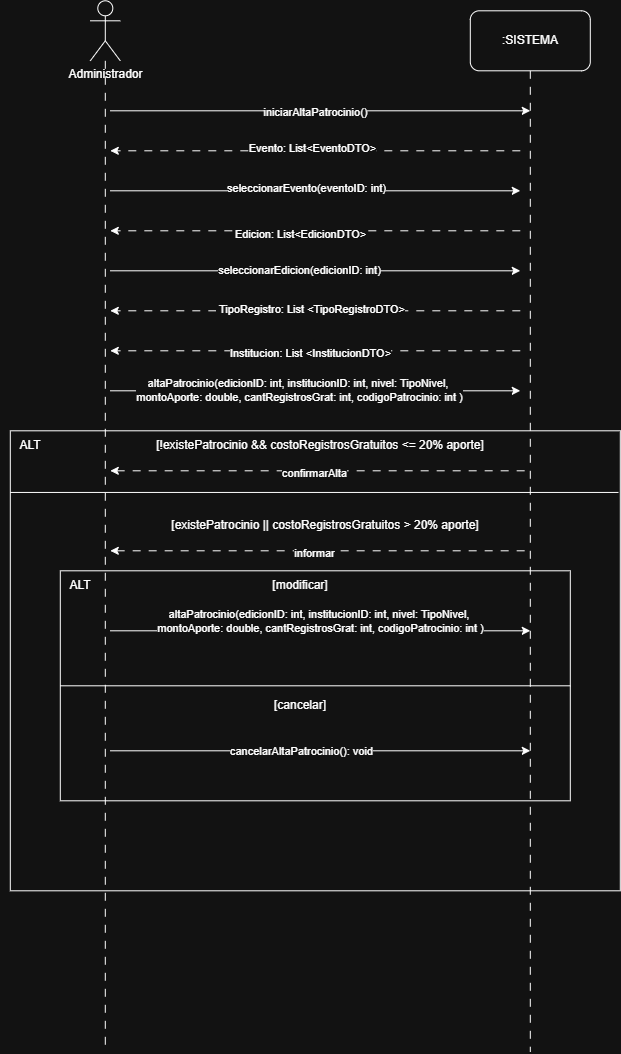
The draw.io diagram docs/dss/Diseño LAB1-Alta de Patrocinio.drawio.png in Joaquin571/eventos-uy, before a commit. Source tidied: cells renumbered, new cells last; positions are measured from the earlier drawing's top-left corner, leaving out a move shared by most shapes.
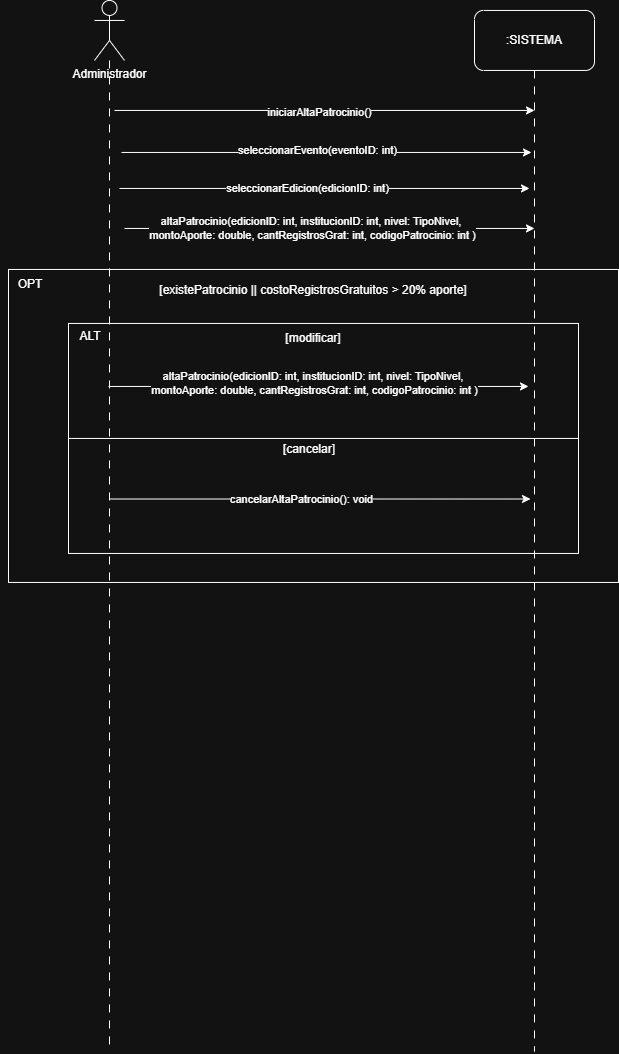
The same diagram one commit later.

Commit message:
Modificación de DSS, se quitan retornos del sistema

What changed in the source:
```diff
@@ -17,28 +17,10 @@
     <mxCell id="5" value="iniciarAltaPatrocinio()" style="edgeLabel;html=1;align=center;verticalAlign=middle;" parent="4" vertex="1">
       <mxGeometry x="-0.02" y="-1" relative="1" as="geometry" />
     </mxCell>
-    <mxCell id="6" style="endArrow=classic;html=1;rounded=0;dashed=1;dashPattern=8 8;" parent="1" edge="1">
-      <mxGeometry relative="1" as="geometry">
-        <mxPoint x="520" y="150" as="sourcePoint" />
-        <mxPoint x="110" y="150" as="targetPoint" />
-      </mxGeometry>
-    </mxCell>
-    <mxCell id="7" value="Evento: List&amp;lt;EventoDTO&amp;gt;" style="edgeLabel;html=1;align=center;verticalAlign=middle;" parent="6" vertex="1">
-      <mxGeometry x="0.01" y="-3" relative="1" as="geometry" />
-    </mxCell>
-    <mxCell id="8" style="endArrow=classic;html=1;rounded=0;dashed=1;dashPattern=8 8;" parent="1" edge="1">
-      <mxGeometry relative="1" as="geometry">
-        <mxPoint x="520" y="230" as="sourcePoint" />
-        <mxPoint x="110" y="230" as="targetPoint" />
-      </mxGeometry>
-    </mxCell>
-    <mxCell id="9" value="Edicion: List&amp;lt;EdicionDTO&amp;gt;" style="edgeLabel;html=1;align=center;verticalAlign=middle;" parent="8" vertex="1">
-      <mxGeometry x="0.07" y="3" relative="1" as="geometry" />
-    </mxCell>
     <mxCell id="10" style="endArrow=classic;html=1;rounded=0;" parent="1" edge="1">
       <mxGeometry relative="1" as="geometry">
-        <mxPoint x="110" y="190" as="sourcePoint" />
-        <mxPoint x="520" y="190" as="targetPoint" />
+        <mxPoint x="117" y="152" as="sourcePoint" />
+        <mxPoint x="527" y="152" as="targetPoint" />
       </mxGeometry>
     </mxCell>
     <mxCell id="11" value="seleccionarEvento(eventoID: int)" style="edgeLabel;html=1;align=center;verticalAlign=middle;" parent="10" vertex="1">
@@ -46,101 +28,53 @@
     </mxCell>
     <mxCell id="12" style="endArrow=classic;html=1;rounded=0;" parent="1" edge="1">
       <mxGeometry relative="1" as="geometry">
-        <mxPoint x="110" y="270" as="sourcePoint" />
-        <mxPoint x="520" y="270" as="targetPoint" />
+        <mxPoint x="115" y="188" as="sourcePoint" />
+        <mxPoint x="525" y="188" as="targetPoint" />
       </mxGeometry>
     </mxCell>
     <mxCell id="13" value="seleccionarEdicion(edicionID: int)" style="edgeLabel;html=1;align=center;verticalAlign=middle;" parent="12" vertex="1">
       <mxGeometry x="-0.08" y="1" relative="1" as="geometry" />
     </mxCell>
-    <mxCell id="14" style="endArrow=classic;html=1;rounded=0;dashed=1;dashPattern=8 8;" parent="1" edge="1">
-      <mxGeometry relative="1" as="geometry">
-        <mxPoint x="520" y="310" as="sourcePoint" />
-        <mxPoint x="110" y="310" as="targetPoint" />
-      </mxGeometry>
-    </mxCell>
-    <mxCell id="15" value="&amp;nbsp;TipoRegistro: List &amp;lt;TipoRegistroDTO&amp;gt;" style="edgeLabel;html=1;align=center;verticalAlign=middle;" parent="14" vertex="1">
-      <mxGeometry x="0.14" y="-2" relative="1" as="geometry">
-        <mxPoint x="23" as="offset" />
-      </mxGeometry>
-    </mxCell>
-    <mxCell id="16" style="endArrow=classic;html=1;rounded=0;dashed=1;dashPattern=8 8;" parent="1" edge="1">
-      <mxGeometry relative="1" as="geometry">
-        <mxPoint x="520" y="350" as="sourcePoint" />
-        <mxPoint x="110" y="350" as="targetPoint" />
-      </mxGeometry>
-    </mxCell>
-    <mxCell id="17" value="Institucion: List &amp;lt;InstitucionDTO&amp;gt;" style="edgeLabel;html=1;align=center;verticalAlign=middle;" parent="16" vertex="1">
-      <mxGeometry x="0.15" y="2" relative="1" as="geometry">
-        <mxPoint x="26" as="offset" />
-      </mxGeometry>
-    </mxCell>
     <mxCell id="18" style="endArrow=classic;html=1;rounded=0;" parent="1" edge="1">
       <mxGeometry relative="1" as="geometry">
-        <mxPoint x="110" y="390" as="sourcePoint" />
-        <mxPoint x="520" y="390" as="targetPoint" />
+        <mxPoint x="120" y="228" as="sourcePoint" />
+        <mxPoint x="530" y="228" as="targetPoint" />
       </mxGeometry>
     </mxCell>
     <mxCell id="19" value="altaPatrocinio(edicionID: int, institucionID: int, nivel: TipoNivel,&amp;nbsp;&lt;div&gt;montoAporte: double,&amp;nbsp;&lt;span style=&quot;background-color: light-dark(#ffffff, var(--ge-dark-color, #121212)); color: light-dark(rgb(0, 0, 0), rgb(255, 255, 255));&quot;&gt;cantRegistrosGrat: int, codigoPatrocinio: int )&lt;/span&gt;&lt;/div&gt;" style="edgeLabel;html=1;align=center;verticalAlign=middle;" parent="18" vertex="1">
       <mxGeometry x="-0.08" y="1" relative="1" as="geometry" />
     </mxCell>
     <mxCell id="20" style="rounded=0;whiteSpace=wrap;html=1;" parent="1" vertex="1">
-      <mxGeometry x="10" y="430" width="610" height="460" as="geometry" />
+      <mxGeometry x="4" y="269" width="610" height="313" as="geometry" />
     </mxCell>
-    <mxCell id="21" value="ALT" style="text;html=1;whiteSpace=wrap;strokeColor=none;fillColor=none;align=center;verticalAlign=middle;rounded=0;" parent="1" vertex="1">
-      <mxGeometry y="430" width="60" height="30" as="geometry" />
+    <mxCell id="21" value="OPT" style="text;html=1;whiteSpace=wrap;strokeColor=none;fillColor=none;align=center;verticalAlign=middle;rounded=0;" parent="1" vertex="1">
+      <mxGeometry x="-4" y="269" width="60" height="30" as="geometry" />
     </mxCell>
-    <mxCell id="22" value="[!existePatrocinio &amp;amp;&amp;amp; costoRegistrosGratuitos &amp;lt;= 20% aporte]" style="text;html=1;whiteSpace=wrap;strokeColor=none;fillColor=none;align=center;verticalAlign=middle;rounded=0;" parent="1" vertex="1">
-      <mxGeometry x="145" y="430" width="350" height="30" as="geometry" />
-    </mxCell>
     <mxCell id="23" value="[existePatrocinio || costoRegistrosGratuitos &amp;gt; 20% aporte]" style="text;html=1;whiteSpace=wrap;strokeColor=none;fillColor=none;align=center;verticalAlign=middle;rounded=0;" parent="1" vertex="1">
-      <mxGeometry x="150" y="510" width="350" height="30" as="geometry" />
+      <mxGeometry x="134" y="275" width="350" height="30" as="geometry" />
     </mxCell>
-    <mxCell id="24" style="endArrow=none;html=1;rounded=0;startArrow=classic;startFill=1;endFill=0;dashed=1;dashPattern=8 8;" parent="1" edge="1">
-      <mxGeometry relative="1" as="geometry">
-        <mxPoint x="110" y="470" as="sourcePoint" />
-        <mxPoint x="530" y="470" as="targetPoint" />
-      </mxGeometry>
-    </mxCell>
-    <mxCell id="25" value="confirmarAlta" style="edgeLabel;html=1;align=center;verticalAlign=middle;" parent="24" vertex="1">
-      <mxGeometry x="-0.03" y="-2" relative="1" as="geometry" />
-    </mxCell>
-    <mxCell id="26" style="endArrow=none;html=1;rounded=0;entryX=0.997;entryY=0.134;entryDx=0;entryDy=0;entryPerimeter=0;" parent="1" edge="1" target="20">
-      <mxGeometry relative="1" as="geometry">
-        <mxPoint x="10" y="491.6" as="sourcePoint" />
-      </mxGeometry>
-    </mxCell>
-    <mxCell id="27" style="endArrow=none;html=1;rounded=0;startArrow=classic;startFill=1;endFill=0;dashed=1;dashPattern=8 8;" parent="1" edge="1">
-      <mxGeometry relative="1" as="geometry">
-        <mxPoint x="110" y="550" as="sourcePoint" />
-        <mxPoint x="530" y="550" as="targetPoint" />
-      </mxGeometry>
-    </mxCell>
-    <mxCell id="28" value="informar" style="edgeLabel;html=1;align=center;verticalAlign=middle;" parent="27" vertex="1">
-      <mxGeometry x="-0.03" y="-2" relative="1" as="geometry" />
-    </mxCell>
     <mxCell id="29" style="rounded=0;whiteSpace=wrap;html=1;" parent="1" vertex="1">
-      <mxGeometry x="60" y="570" width="510" height="230" as="geometry" />
+      <mxGeometry x="64" y="323" width="510" height="230" as="geometry" />
     </mxCell>
     <mxCell id="30" value="ALT" style="text;html=1;whiteSpace=wrap;strokeColor=none;fillColor=none;align=center;verticalAlign=middle;rounded=0;" parent="1" vertex="1">
-      <mxGeometry x="50" y="570" width="60" height="30" as="geometry" />
+      <mxGeometry x="56" y="321" width="60" height="30" as="geometry" />
     </mxCell>
     <mxCell id="31" value="[modificar]" style="text;html=1;whiteSpace=wrap;strokeColor=none;fillColor=none;align=center;verticalAlign=middle;rounded=0;" parent="1" vertex="1">
-      <mxGeometry x="270" y="570" width="60" height="30" as="geometry" />
+      <mxGeometry x="279" y="323" width="60" height="30" as="geometry" />
     </mxCell>
     <mxCell id="32" style="endArrow=classic;html=1;rounded=0;" parent="1" edge="1">
       <mxGeometry relative="1" as="geometry">
-        <mxPoint x="110" y="630" as="sourcePoint" />
-        <mxPoint x="530" y="630" as="targetPoint" />
+        <mxPoint x="104" y="386" as="sourcePoint" />
+        <mxPoint x="524" y="386" as="targetPoint" />
       </mxGeometry>
     </mxCell>
     <mxCell id="33" value="altaPatrocinio(edicionID: int, institucionID: int, nivel: TipoNivel,&amp;nbsp;&lt;div&gt;montoAporte: double,&amp;nbsp;&lt;span style=&quot;background-color: light-dark(#ffffff, var(--ge-dark-color, #121212)); color: light-dark(rgb(0, 0, 0), rgb(255, 255, 255));&quot;&gt;cantRegistrosGrat: int, codigoPatrocinio: int )&lt;/span&gt;&lt;/div&gt;" style="edgeLabel;html=1;align=center;verticalAlign=middle;" parent="32" vertex="1">
       <mxGeometry x="-0.08" y="1" relative="1" as="geometry">
-        <mxPoint x="17" y="-9" as="offset" />
+        <mxPoint x="13" y="-3" as="offset" />
       </mxGeometry>
     </mxCell>
     <mxCell id="34" value="[cancelar]" style="text;html=1;whiteSpace=wrap;strokeColor=none;fillColor=none;align=center;verticalAlign=middle;rounded=0;" parent="1" vertex="1">
-      <mxGeometry x="270" y="690" width="60" height="30" as="geometry" />
+      <mxGeometry x="275" y="434" width="60" height="30" as="geometry" />
     </mxCell>
     <mxCell id="35" style="endArrow=none;html=1;rounded=0;entryX=1;entryY=0.5;entryDx=0;entryDy=0;exitX=0;exitY=0.5;exitDx=0;exitDy=0;" parent="1" edge="1" source="29" target="29">
       <mxGeometry relative="1" as="geometry" />
@@ -157,8 +91,8 @@
     </mxCell>
     <mxCell id="38" style="endArrow=classic;html=1;rounded=0;" parent="1" edge="1">
       <mxGeometry relative="1" as="geometry">
-        <mxPoint x="110" y="750" as="sourcePoint" />
-        <mxPoint x="530" y="750" as="targetPoint" />
+        <mxPoint x="106" y="498.5" as="sourcePoint" />
+        <mxPoint x="526" y="498.5" as="targetPoint" />
       </mxGeometry>
     </mxCell>
     <mxCell id="39" value="cancelarAltaPatrocinio(): void" style="edgeLabel;html=1;align=center;verticalAlign=middle;" parent="38" vertex="1">
```
